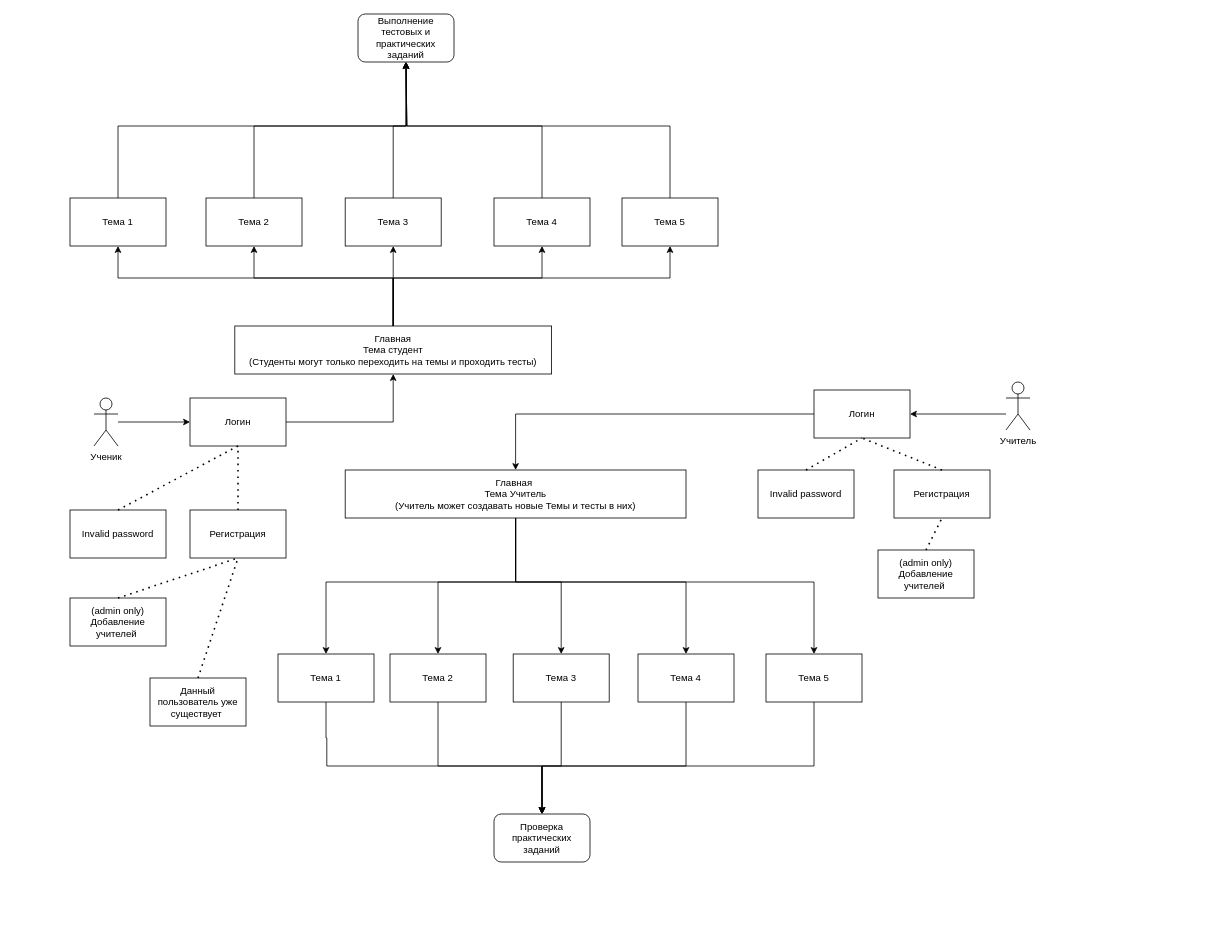
This is Диаграмма без названия.drawio from hellp31/Diplom, a draw.io file, before an edit. Source tidied: cells renumbered, new cells numbered last; positions are measured from the earlier drawing's top-left corner, leaving out a move shared by most shapes. Both pictures are drawn from the tidied source at 80%, with x=0, y=0 at pixel (70, 14).
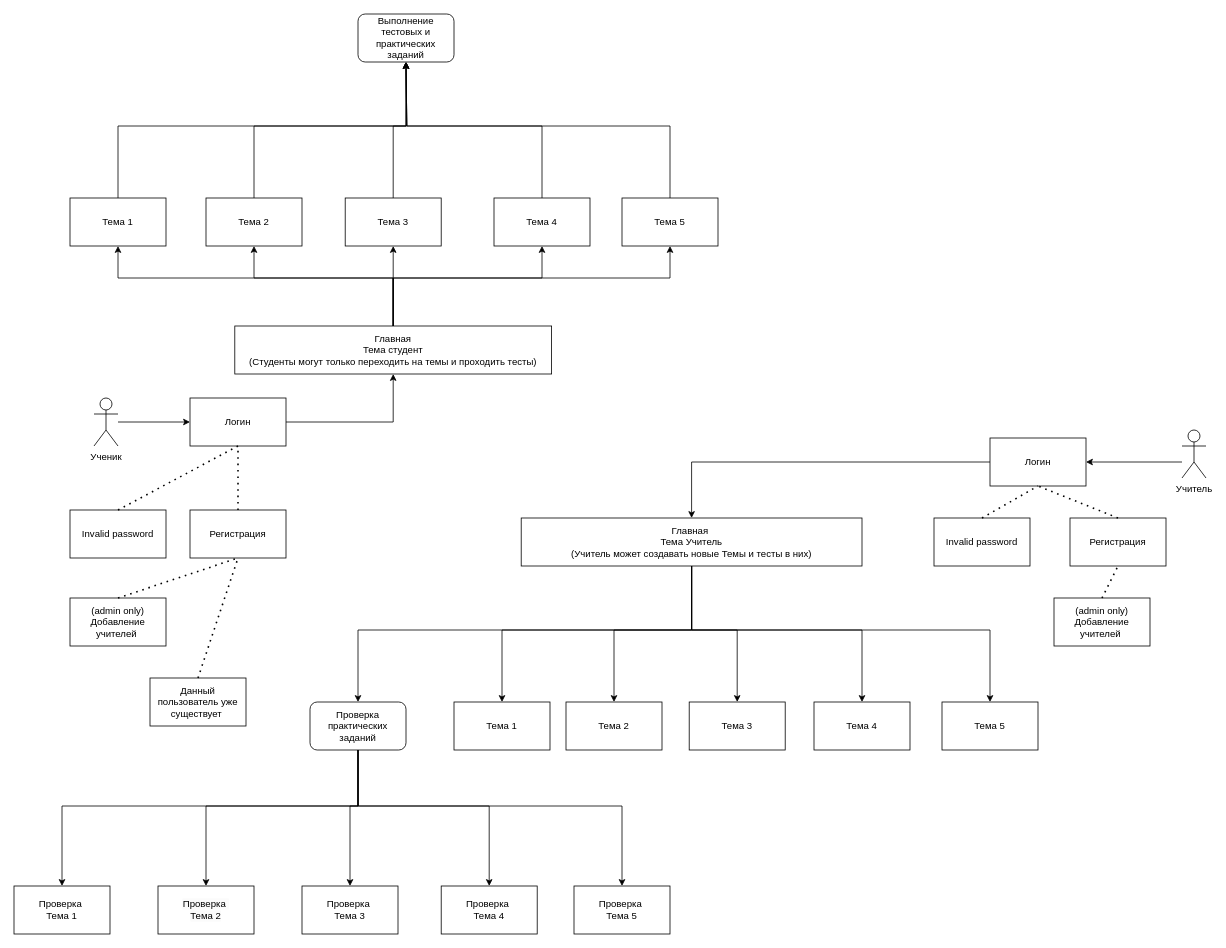
Above is the later version.

The edit, as a diff of the source:
```diff
@@
     <mxCell id="14" style="edgeStyle=orthogonalEdgeStyle;rounded=0;jettySize=auto;html=1;" parent="1" edge="1" source="19" target="29">
       <mxGeometry relative="1" as="geometry">
         <Array as="points">
-          <mxPoint x="557" y="710" />
-          <mxPoint x="320" y="710" />
+          <mxPoint x="777" y="770" />
+          <mxPoint x="540" y="770" />
         </Array>
       </mxGeometry>
     </mxCell>
     <mxCell id="15" style="edgeStyle=orthogonalEdgeStyle;rounded=0;jettySize=auto;html=1;entryX=0.5;entryY=0;entryDx=0;entryDy=0;" parent="1" edge="1" source="19" target="27">
       <mxGeometry relative="1" as="geometry">
         <Array as="points">
-          <mxPoint x="557" y="710" />
-          <mxPoint x="460" y="710" />
+          <mxPoint x="777" y="770" />
+          <mxPoint x="680" y="770" />
         </Array>
       </mxGeometry>
     </mxCell>
     <mxCell id="16" style="edgeStyle=orthogonalEdgeStyle;rounded=0;jettySize=auto;html=1;entryX=0.5;entryY=0;entryDx=0;entryDy=0;" parent="1" edge="1" source="19" target="21">
       <mxGeometry relative="1" as="geometry">
         <Array as="points">
-          <mxPoint x="557" y="710" />
-          <mxPoint x="614" y="710" />
+          <mxPoint x="777" y="770" />
+          <mxPoint x="834" y="770" />
         </Array>
       </mxGeometry>
     </mxCell>
     <mxCell id="17" style="edgeStyle=orthogonalEdgeStyle;rounded=0;jettySize=auto;html=1;entryX=0.5;entryY=0;entryDx=0;entryDy=0;" parent="1" edge="1" source="19" target="25">
       <mxGeometry relative="1" as="geometry">
         <Array as="points">
-          <mxPoint x="557" y="710" />
-          <mxPoint x="770" y="710" />
+          <mxPoint x="777" y="770" />
+          <mxPoint x="990" y="770" />
         </Array>
       </mxGeometry>
     </mxCell>
     <mxCell id="18" style="edgeStyle=orthogonalEdgeStyle;rounded=0;jettySize=auto;html=1;entryX=0.5;entryY=0;entryDx=0;entryDy=0;" parent="1" edge="1" source="19" target="23">
       <mxGeometry relative="1" as="geometry">
         <Array as="points">
-          <mxPoint x="557" y="710" />
-          <mxPoint x="930" y="710" />
+          <mxPoint x="777" y="770" />
+          <mxPoint x="1150" y="770" />
         </Array>
       </mxGeometry>
     </mxCell>
+    <mxCell id="58" style="edgeStyle=orthogonalEdgeStyle;rounded=0;jettySize=auto;html=1;entryX=0.5;entryY=0;entryDx=0;entryDy=0;" parent="1" edge="1" source="19" target="42">
+      <mxGeometry relative="1" as="geometry">
+        <Array as="points">
+          <mxPoint x="777" y="770" />
+          <mxPoint x="360" y="770" />
+        </Array>
+      </mxGeometry>
+    </mxCell>
     <mxCell id="19" value="Главная&amp;nbsp;&lt;div&gt;Тема Учитель&lt;/div&gt;&lt;div&gt;(Учитель может создавать новые Темы и тесты в них&lt;span style=&quot;background-color: initial;&quot;&gt;)&lt;/span&gt;&lt;/div&gt;" style="rounded=0;whiteSpace=wrap;html=1;" parent="1" vertex="1">
-      <mxGeometry x="344" y="570" width="426" height="60" as="geometry" />
+      <mxGeometry x="564" y="630" width="426" height="60" as="geometry" />
     </mxCell>
-    <mxCell id="20" style="edgeStyle=orthogonalEdgeStyle;rounded=0;jettySize=auto;html=1;entryX=0.5;entryY=0;entryDx=0;entryDy=0;" parent="1" edge="1" source="21" target="42">
-      <mxGeometry relative="1" as="geometry">
-        <Array as="points">
-          <mxPoint x="614" y="940" />
-          <mxPoint x="590" y="940" />
-        </Array>
-      </mxGeometry>
-    </mxCell>
     <mxCell id="21" value="Тема 3" style="whiteSpace=wrap;html=1;rounded=0;" parent="1" vertex="1">
-      <mxGeometry x="554" y="800" width="120" height="60" as="geometry" />
+      <mxGeometry x="774" y="860" width="120" height="60" as="geometry" />
     </mxCell>
-    <mxCell id="22" style="edgeStyle=orthogonalEdgeStyle;rounded=0;jettySize=auto;html=1;entryX=0.5;entryY=0;entryDx=0;entryDy=0;" parent="1" edge="1" source="23" target="42">
-      <mxGeometry relative="1" as="geometry">
-        <Array as="points">
-          <mxPoint x="930" y="940" />
-          <mxPoint x="590" y="940" />
-        </Array>
-      </mxGeometry>
-    </mxCell>
     <mxCell id="23" value="&lt;span style=&quot;background-color: initial;&quot;&gt;Тема 5&lt;/span&gt;" style="rounded=0;whiteSpace=wrap;html=1;" parent="1" vertex="1">
-      <mxGeometry x="870" y="800" width="120" height="60" as="geometry" />
+      <mxGeometry x="1090" y="860" width="120" height="60" as="geometry" />
     </mxCell>
-    <mxCell id="24" style="edgeStyle=orthogonalEdgeStyle;rounded=0;jettySize=auto;html=1;entryX=0.5;entryY=0;entryDx=0;entryDy=0;" parent="1" edge="1" source="25" target="42">
-      <mxGeometry relative="1" as="geometry">
-        <Array as="points">
-          <mxPoint x="770" y="940" />
-          <mxPoint x="590" y="940" />
-        </Array>
-      </mxGeometry>
-    </mxCell>
     <mxCell id="25" value="Тема 4" style="rounded=0;whiteSpace=wrap;html=1;" parent="1" vertex="1">
-      <mxGeometry x="710" y="800" width="120" height="60" as="geometry" />
+      <mxGeometry x="930" y="860" width="120" height="60" as="geometry" />
     </mxCell>
-    <mxCell id="26" style="edgeStyle=orthogonalEdgeStyle;rounded=0;jettySize=auto;html=1;entryX=0.5;entryY=0;entryDx=0;entryDy=0;" parent="1" edge="1" source="27" target="42">
-      <mxGeometry relative="1" as="geometry">
-        <Array as="points">
-          <mxPoint x="460" y="940" />
-          <mxPoint x="590" y="940" />
-        </Array>
-      </mxGeometry>
-    </mxCell>
     <mxCell id="27" value="Тема 2" style="rounded=0;whiteSpace=wrap;html=1;" parent="1" vertex="1">
-      <mxGeometry x="400" y="800" width="120" height="60" as="geometry" />
+      <mxGeometry x="620" y="860" width="120" height="60" as="geometry" />
     </mxCell>
-    <mxCell id="28" style="edgeStyle=orthogonalEdgeStyle;rounded=0;jettySize=auto;html=1;entryX=0.5;entryY=0;entryDx=0;entryDy=0;" parent="1" edge="1" source="29" target="42">
-      <mxGeometry relative="1" as="geometry">
-        <Array as="points">
-          <mxPoint x="320" y="905" />
-          <mxPoint x="321" y="905" />
-          <mxPoint x="321" y="940" />
-          <mxPoint x="590" y="940" />
-        </Array>
-      </mxGeometry>
-    </mxCell>
     <mxCell id="29" value="Тема 1" style="rounded=0;whiteSpace=wrap;html=1;" parent="1" vertex="1">
-      <mxGeometry x="260" y="800" width="120" height="60" as="geometry" />
+      <mxGeometry x="480" y="860" width="120" height="60" as="geometry" />
     </mxCell>
@@
+    <mxCell id="59" style="edgeStyle=orthogonalEdgeStyle;rounded=0;jettySize=auto;html=1;entryX=0.5;entryY=0;entryDx=0;entryDy=0;" parent="1" edge="1" source="42" target="64">
+      <mxGeometry relative="1" as="geometry">
+        <Array as="points">
+          <mxPoint x="360" y="990" />
+          <mxPoint x="-10" y="990" />
+        </Array>
+      </mxGeometry>
+    </mxCell>
+    <mxCell id="60" style="edgeStyle=orthogonalEdgeStyle;rounded=0;jettySize=auto;html=1;" parent="1" edge="1" source="42" target="65">
+      <mxGeometry relative="1" as="geometry">
+        <Array as="points">
+          <mxPoint x="360" y="990" />
+          <mxPoint x="350" y="990" />
+        </Array>
+      </mxGeometry>
+    </mxCell>
+    <mxCell id="61" style="edgeStyle=orthogonalEdgeStyle;rounded=0;jettySize=auto;html=1;entryX=0.5;entryY=0;entryDx=0;entryDy=0;" parent="1" edge="1" source="42" target="67">
+      <mxGeometry relative="1" as="geometry">
+        <Array as="points">
+          <mxPoint x="360" y="990" />
+          <mxPoint x="170" y="990" />
+        </Array>
+      </mxGeometry>
+    </mxCell>
+    <mxCell id="62" style="edgeStyle=orthogonalEdgeStyle;rounded=0;jettySize=auto;html=1;entryX=0.5;entryY=0;entryDx=0;entryDy=0;" parent="1" edge="1" source="42" target="66">
+      <mxGeometry relative="1" as="geometry">
+        <Array as="points">
+          <mxPoint x="360" y="990" />
+          <mxPoint x="524" y="990" />
+        </Array>
+      </mxGeometry>
+    </mxCell>
+    <mxCell id="63" style="edgeStyle=orthogonalEdgeStyle;rounded=0;jettySize=auto;html=1;entryX=0.5;entryY=0;entryDx=0;entryDy=0;" parent="1" edge="1" source="42" target="68">
+      <mxGeometry relative="1" as="geometry">
+        <Array as="points">
+          <mxPoint x="360" y="990" />
+          <mxPoint x="690" y="990" />
+        </Array>
+      </mxGeometry>
+    </mxCell>
     <mxCell id="42" value="Проверка практических заданий" style="rounded=1;whiteSpace=wrap;html=1;" parent="1" vertex="1">
-      <mxGeometry x="530" y="1000" width="120" height="60" as="geometry" />
+      <mxGeometry x="300" y="860" width="120" height="60" as="geometry" />
     </mxCell>
@@
     <mxCell id="48" style="edgeStyle=orthogonalEdgeStyle;rounded=0;jettySize=auto;html=1;" parent="1" edge="1" source="49" target="51">
       <mxGeometry relative="1" as="geometry">
         <Array as="points">
-          <mxPoint x="1140" y="500" />
-          <mxPoint x="1140" y="500" />
+          <mxPoint x="1360" y="560" />
+          <mxPoint x="1360" y="560" />
         </Array>
       </mxGeometry>
     </mxCell>
     <mxCell id="49" value="Учитель" style="shape=umlActor;verticalLabelPosition=bottom;verticalAlign=top;html=1;outlineConnect=0;" parent="1" vertex="1">
-      <mxGeometry x="1170" y="460" width="30" height="60" as="geometry" />
+      <mxGeometry x="1390" y="520" width="30" height="60" as="geometry" />
     </mxCell>
@@
     <mxCell id="51" value="Логин" style="rounded=0;whiteSpace=wrap;html=1;" parent="1" vertex="1">
-      <mxGeometry x="930" y="470" width="120" height="60" as="geometry" />
+      <mxGeometry x="1150" y="530" width="120" height="60" as="geometry" />
     </mxCell>
     <mxCell id="52" value="Регистрация" style="rounded=0;whiteSpace=wrap;html=1;" parent="1" vertex="1">
-      <mxGeometry x="1030" y="570" width="120" height="60" as="geometry" />
+      <mxGeometry x="1250" y="630" width="120" height="60" as="geometry" />
     </mxCell>
@@
     <mxCell id="54" value="Invalid password" style="rounded=0;whiteSpace=wrap;html=1;" parent="1" vertex="1">
-      <mxGeometry x="860" y="570" width="120" height="60" as="geometry" />
+      <mxGeometry x="1080" y="630" width="120" height="60" as="geometry" />
     </mxCell>
@@
     <mxCell id="56" value="(admin only)&lt;br&gt;Добавление учителей&amp;nbsp;" style="rounded=0;whiteSpace=wrap;html=1;" parent="1" vertex="1">
-      <mxGeometry x="1010" y="670" width="120" height="60" as="geometry" />
+      <mxGeometry x="1230" y="730" width="120" height="60" as="geometry" />
     </mxCell>
@@
+    <mxCell id="64" value="Проверка&amp;nbsp;&lt;br&gt;Тема 1" style="rounded=0;whiteSpace=wrap;html=1;" parent="1" vertex="1">
+      <mxGeometry x="-70" y="1090" width="120" height="60" as="geometry" />
+    </mxCell>
+    <mxCell id="65" value="Проверка&amp;nbsp;&lt;br&gt;Тема 3" style="rounded=0;whiteSpace=wrap;html=1;" parent="1" vertex="1">
+      <mxGeometry x="290" y="1090" width="120" height="60" as="geometry" />
+    </mxCell>
+    <mxCell id="66" value="Проверка&amp;nbsp;&lt;br&gt;Тема 4" style="rounded=0;whiteSpace=wrap;html=1;" parent="1" vertex="1">
+      <mxGeometry x="464" y="1090" width="120" height="60" as="geometry" />
+    </mxCell>
+    <mxCell id="67" value="&lt;br&gt;&lt;span style=&quot;color: rgb(0, 0, 0); font-family: Helvetica; font-size: 12px; font-style: normal; font-variant-ligatures: normal; font-variant-caps: normal; font-weight: 400; letter-spacing: normal; orphans: 2; text-align: center; text-indent: 0px; text-transform: none; widows: 2; word-spacing: 0px; -webkit-text-stroke-width: 0px; white-space: normal; background-color: rgb(251, 251, 251); text-decoration-thickness: initial; text-decoration-style: initial; text-decoration-color: initial; display: inline !important; float: none;&quot;&gt;Проверка&amp;nbsp;&lt;/span&gt;&lt;br style=&quot;forced-color-adjust: none; color: rgb(0, 0, 0); font-family: Helvetica; font-size: 12px; font-style: normal; font-variant-ligatures: normal; font-variant-caps: normal; font-weight: 400; letter-spacing: normal; orphans: 2; text-align: center; text-indent: 0px; text-transform: none; widows: 2; word-spacing: 0px; -webkit-text-stroke-width: 0px; white-space: normal; background-color: rgb(251, 251, 251); text-decoration-thickness: initial; text-decoration-style: initial; text-decoration-color: initial;&quot;&gt;&lt;span style=&quot;color: rgb(0, 0, 0); font-family: Helvetica; font-size: 12px; font-style: normal; font-variant-ligatures: normal; font-variant-caps: normal; font-weight: 400; letter-spacing: normal; orphans: 2; text-align: center; text-indent: 0px; text-transform: none; widows: 2; word-spacing: 0px; -webkit-text-stroke-width: 0px; white-space: normal; background-color: rgb(251, 251, 251); text-decoration-thickness: initial; text-decoration-style: initial; text-decoration-color: initial; display: inline !important; float: none;&quot;&gt;Тема 2&lt;/span&gt;&lt;div&gt;&lt;br/&gt;&lt;/div&gt;" style="rounded=0;whiteSpace=wrap;html=1;" parent="1" vertex="1">
+      <mxGeometry x="110" y="1090" width="120" height="60" as="geometry" />
+    </mxCell>
+    <mxCell id="68" value="Проверка&amp;nbsp;&lt;br&gt;Тема 5" style="rounded=0;whiteSpace=wrap;html=1;" parent="1" vertex="1">
+      <mxGeometry x="630" y="1090" width="120" height="60" as="geometry" />
+    </mxCell>
```
